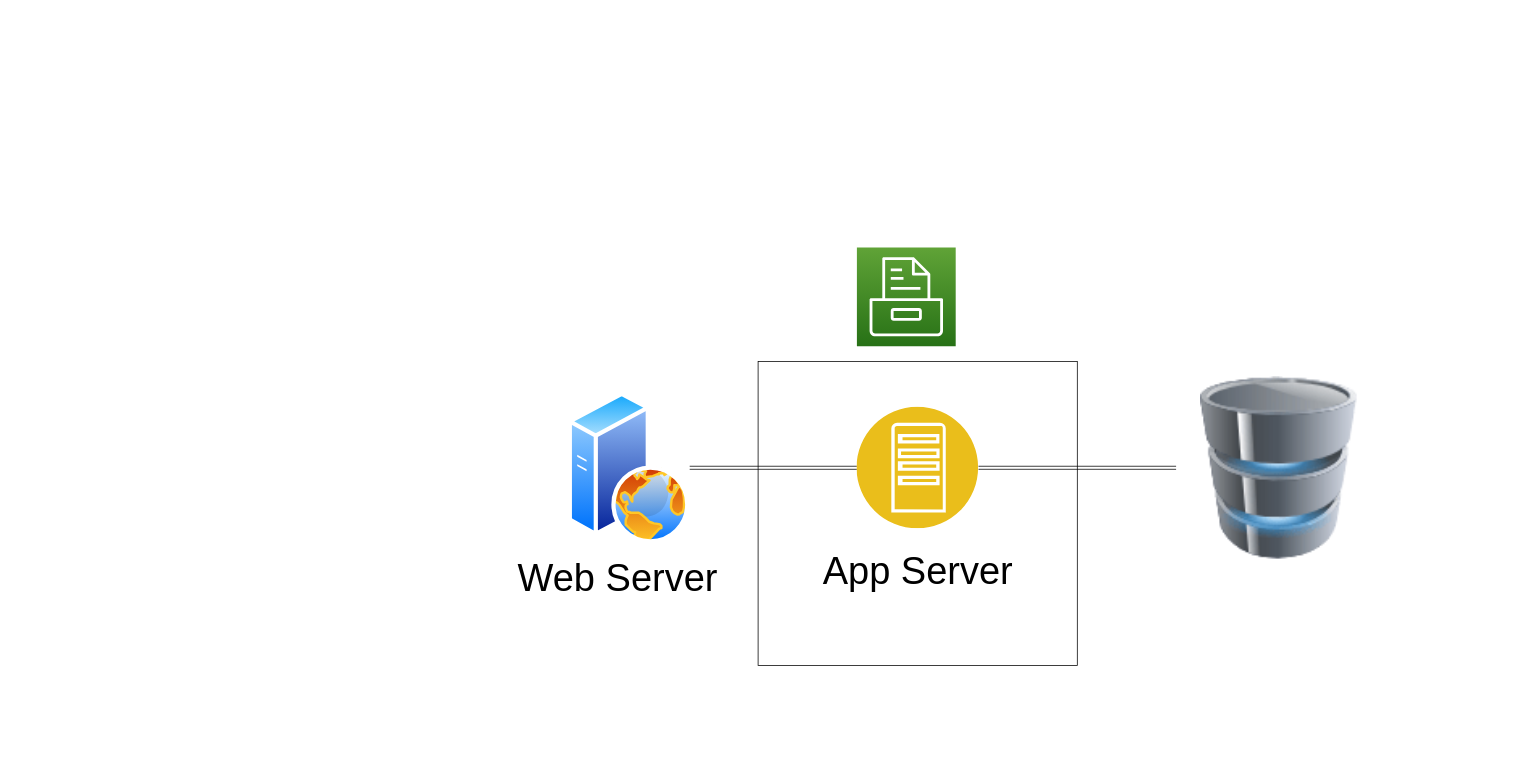
Earlier version of the draw.io diagram page "Page-1" (1 of 2) of Untitled Diagram.drawio (amit-gadia/abc). Source tidied: cells renumbered, new cells numbered last; positions are measured from the earlier drawing's top-left corner, leaving out a move shared by most shapes. Both pictures are drawn from the tidied source at 76%, with x=0, y=0 at pixel (511, 247).
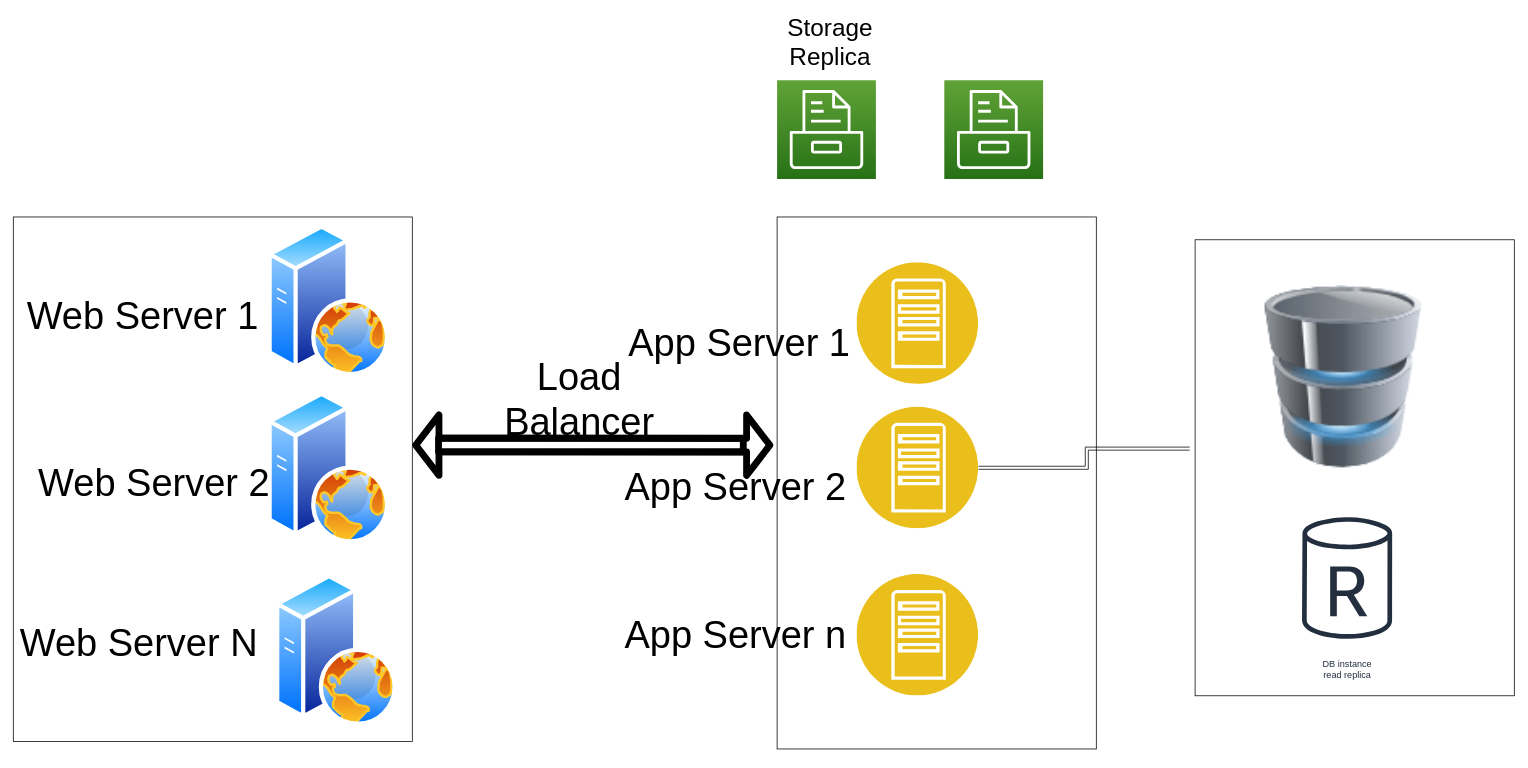
Above is the later version.

The change refers to these unchanged cells:
```xml
<mxCell id="5" style="perimeter=ellipsePerimeter;html=1;align=center;shadow=0;dashed=0;fontColor=#4277BB;labelBackgroundColor=#ffffff;fontSize=12;spacingTop=3;image;image=img/lib/ibm/applications/app_server.svg;" parent="1" vertex="1">
  <mxGeometry x="455" y="210" width="160" height="160" as="geometry" />
</mxCell>
```

The edit, as a diff of the source:
```diff
@@
-    <mxCell id="2" style="edgeStyle=orthogonalEdgeStyle;rounded=0;jettySize=auto;html=1;shape=link;" parent="1" edge="1" source="3" target="5">
-      <mxGeometry relative="1" as="geometry" />
-    </mxCell>
     <mxCell id="3" style="perimeter=ellipsePerimeter;html=1;align=center;shadow=0;dashed=0;spacingTop=3;image;image=img/lib/active_directory/web_server.svg;" parent="1" vertex="1">
-      <mxGeometry x="75" y="190" width="160" height="200" as="geometry" />
+      <mxGeometry x="-320" y="190" width="160" height="200" as="geometry" />
     </mxCell>
-    <mxCell id="4" style="edgeStyle=orthogonalEdgeStyle;shape=link;rounded=0;jettySize=auto;html=1;" parent="1" edge="1" source="5" target="10">
+    <mxCell id="4" style="edgeStyle=orthogonalEdgeStyle;shape=link;rounded=0;jettySize=auto;html=1;entryX=-0.017;entryY=0.458;entryDx=0;entryDy=0;entryPerimeter=0;" parent="1" edge="1" source="5" target="11">
       <mxGeometry relative="1" as="geometry" />
     </mxCell>
@@
-    <mxCell id="6" value="&lt;span style=&quot;font-size: 50px&quot;&gt;App Server&lt;/span&gt;" style="text;html=1;align=center;verticalAlign=middle;fillColor=none;strokeColor=none;rounded=0;" parent="1" vertex="1">
-      <mxGeometry x="400" y="410" width="270" height="30" as="geometry" />
+    <mxCell id="6" value="&lt;span style=&quot;font-size: 50px&quot;&gt;App Server 1&lt;/span&gt;" style="text;html=1;align=center;verticalAlign=middle;fillColor=none;strokeColor=none;rounded=0;" parent="1" vertex="1">
+      <mxGeometry x="145" y="110" width="310" height="30" as="geometry" />
     </mxCell>
-    <mxCell id="7" value="&lt;span style=&quot;font-size: 50px&quot;&gt;Web Server&lt;/span&gt;" style="text;html=1;align=center;verticalAlign=middle;fillColor=none;strokeColor=none;rounded=0;" parent="1" vertex="1">
-      <mxGeometry y="420" width="280" height="30" as="geometry" />
+    <mxCell id="7" value="&lt;span style=&quot;font-size: 50px&quot;&gt;Web Server 2&lt;/span&gt;" style="text;html=1;align=center;verticalAlign=middle;fillColor=none;strokeColor=none;rounded=0;" parent="1" vertex="1">
+      <mxGeometry x="-630" y="295" width="320" height="30" as="geometry" />
     </mxCell>
     <mxCell id="8" style="fontColor=#232F3E;gradientColor=#60A337;gradientDirection=north;fillColor=#277116;strokeColor=#ffffff;dashed=0;verticalLabelPosition=bottom;verticalAlign=top;align=center;html=1;fontSize=12;fontStyle=0;shape=mxgraph.aws4.resourceIcon;resIcon=mxgraph.aws4.storage;" parent="1" vertex="1">
-      <mxGeometry x="455" width="130" height="130" as="geometry" />
+      <mxGeometry x="570" y="-220" width="130" height="130" as="geometry" />
     </mxCell>
     <mxCell id="9" style="rounded=0;whiteSpace=wrap;html=1;fillColor=none;" parent="1" vertex="1">
-      <mxGeometry x="325" y="150" width="420" height="400" as="geometry" />
+      <mxGeometry x="350" y="-40" width="420" height="700" as="geometry" />
     </mxCell>
     <mxCell id="10" style="image;html=1;image=img/lib/clip_art/computers/Database_128x128.png;fillColor=none;" parent="1" vertex="1">
-      <mxGeometry x="875" y="170" width="270" height="240" as="geometry" />
+      <mxGeometry x="960" y="50" width="270" height="240" as="geometry" />
     </mxCell>
+    <mxCell id="11" style="rounded=0;whiteSpace=wrap;html=1;fillColor=none;" parent="1" vertex="1">
+      <mxGeometry x="900" y="-10" width="420" height="600" as="geometry" />
+    </mxCell>
+    <mxCell id="12" value="DB instance&#10;read replica" style="fontColor=#232F3E;gradientColor=none;strokeColor=#232F3E;fillColor=#ffffff;dashed=0;verticalLabelPosition=bottom;verticalAlign=top;align=center;html=1;fontSize=12;fontStyle=0;shape=mxgraph.aws4.resourceIcon;resIcon=mxgraph.aws4.db_instance_read_replica;" parent="1" vertex="1">
+      <mxGeometry x="1000" y="335" width="200" height="200" as="geometry" />
+    </mxCell>
+    <mxCell id="13" style="perimeter=ellipsePerimeter;html=1;align=center;shadow=0;dashed=0;fontColor=#4277BB;labelBackgroundColor=#ffffff;fontSize=12;spacingTop=3;image;image=img/lib/ibm/applications/app_server.svg;" parent="1" vertex="1">
+      <mxGeometry x="455" y="20" width="160" height="160" as="geometry" />
+    </mxCell>
+    <mxCell id="14" style="perimeter=ellipsePerimeter;html=1;align=center;shadow=0;dashed=0;fontColor=#4277BB;labelBackgroundColor=#ffffff;fontSize=12;spacingTop=3;image;image=img/lib/ibm/applications/app_server.svg;" parent="1" vertex="1">
+      <mxGeometry x="455" y="430" width="160" height="160" as="geometry" />
+    </mxCell>
+    <mxCell id="15" value="&lt;span style=&quot;font-size: 50px&quot;&gt;App Server 2&lt;/span&gt;" style="text;html=1;align=center;verticalAlign=middle;fillColor=none;strokeColor=none;rounded=0;" parent="1" vertex="1">
+      <mxGeometry x="140" y="295" width="310" height="40" as="geometry" />
+    </mxCell>
+    <mxCell id="16" value="&lt;span style=&quot;font-size: 50px&quot;&gt;App Server n&lt;/span&gt;" style="text;html=1;align=center;verticalAlign=middle;fillColor=none;strokeColor=none;rounded=0;" parent="1" vertex="1">
+      <mxGeometry x="140" y="495" width="310" height="30" as="geometry" />
+    </mxCell>
+    <mxCell id="17" style="perimeter=ellipsePerimeter;html=1;align=center;shadow=0;dashed=0;spacingTop=3;image;image=img/lib/active_directory/web_server.svg;" parent="1" vertex="1">
+      <mxGeometry x="-310" y="430" width="160" height="200" as="geometry" />
+    </mxCell>
+    <mxCell id="18" value="&lt;span style=&quot;font-size: 50px&quot;&gt;Web Server N&lt;/span&gt;" style="text;html=1;align=center;verticalAlign=middle;fillColor=none;strokeColor=none;rounded=0;" parent="1" vertex="1">
+      <mxGeometry x="-655" y="505" width="330" height="30" as="geometry" />
+    </mxCell>
+    <mxCell id="19" style="perimeter=ellipsePerimeter;html=1;align=center;shadow=0;dashed=0;spacingTop=3;image;image=img/lib/active_directory/web_server.svg;" parent="1" vertex="1">
+      <mxGeometry x="-320" y="-30" width="160" height="200" as="geometry" />
+    </mxCell>
+    <mxCell id="20" value="&lt;span style=&quot;font-size: 50px&quot;&gt;Web Server 1&lt;/span&gt;" style="text;html=1;align=center;verticalAlign=middle;fillColor=none;strokeColor=none;rounded=0;" parent="1" vertex="1">
+      <mxGeometry x="-645" y="75" width="320" height="30" as="geometry" />
+    </mxCell>
+    <mxCell id="21" style="rounded=0;whiteSpace=wrap;html=1;fillColor=none;" parent="1" vertex="1">
+      <mxGeometry x="-655" y="-40" width="525" height="690" as="geometry" />
+    </mxCell>
+    <mxCell id="22" style="edgeStyle=orthogonalEdgeStyle;rounded=0;orthogonalLoop=1;jettySize=auto;html=1;exitX=0.5;exitY=1;exitDx=0;exitDy=0;" parent="1" edge="1" source="9" target="9">
+      <mxGeometry relative="1" as="geometry" />
+    </mxCell>
+    <mxCell id="23" style="shape=flexArrow;endArrow=classic;html=1;targetPerimeterSpacing=7;strokeWidth=9;endWidth=52.5;endSize=7.199999999999999;entryX=-0.012;entryY=0.429;entryDx=0;entryDy=0;entryPerimeter=0;" parent="1" edge="1" target="9">
+      <mxGeometry relative="1" as="geometry">
+        <mxPoint x="-100" y="260" as="sourcePoint" />
+      </mxGeometry>
+    </mxCell>
+    <mxCell id="24" style="shape=flexArrow;endArrow=classic;html=1;targetPerimeterSpacing=7;strokeWidth=9;endWidth=52.5;endSize=7.199999999999999;entryX=1;entryY=0.435;entryDx=0;entryDy=0;entryPerimeter=0;" parent="1" edge="1" target="21">
+      <mxGeometry relative="1" as="geometry">
+        <mxPoint x="310" y="260" as="sourcePoint" />
+      </mxGeometry>
+    </mxCell>
+    <mxCell id="25" value="&lt;font style=&quot;font-size: 50px&quot;&gt;Load Balancer&lt;/font&gt;" style="text;html=1;strokeColor=none;fillColor=none;align=center;verticalAlign=middle;whiteSpace=wrap;rounded=0;" parent="1" vertex="1">
+      <mxGeometry x="40" y="140" width="100" height="120" as="geometry" />
+    </mxCell>
+    <mxCell id="26" style="fontColor=#232F3E;gradientColor=#60A337;gradientDirection=north;fillColor=#277116;strokeColor=#ffffff;dashed=0;verticalLabelPosition=bottom;verticalAlign=top;align=center;html=1;fontSize=12;fontStyle=0;shape=mxgraph.aws4.resourceIcon;resIcon=mxgraph.aws4.storage;" parent="1" vertex="1">
+      <mxGeometry x="350" y="-220" width="130" height="130" as="geometry" />
+    </mxCell>
+    <mxCell id="27" value="&lt;font style=&quot;font-size: 32px&quot;&gt;Storage Replica&lt;/font&gt;" style="text;html=1;strokeColor=none;fillColor=none;align=center;verticalAlign=middle;whiteSpace=wrap;rounded=0;" parent="1" vertex="1">
+      <mxGeometry x="360" y="-280" width="120" height="20" as="geometry" />
+    </mxCell>
```
